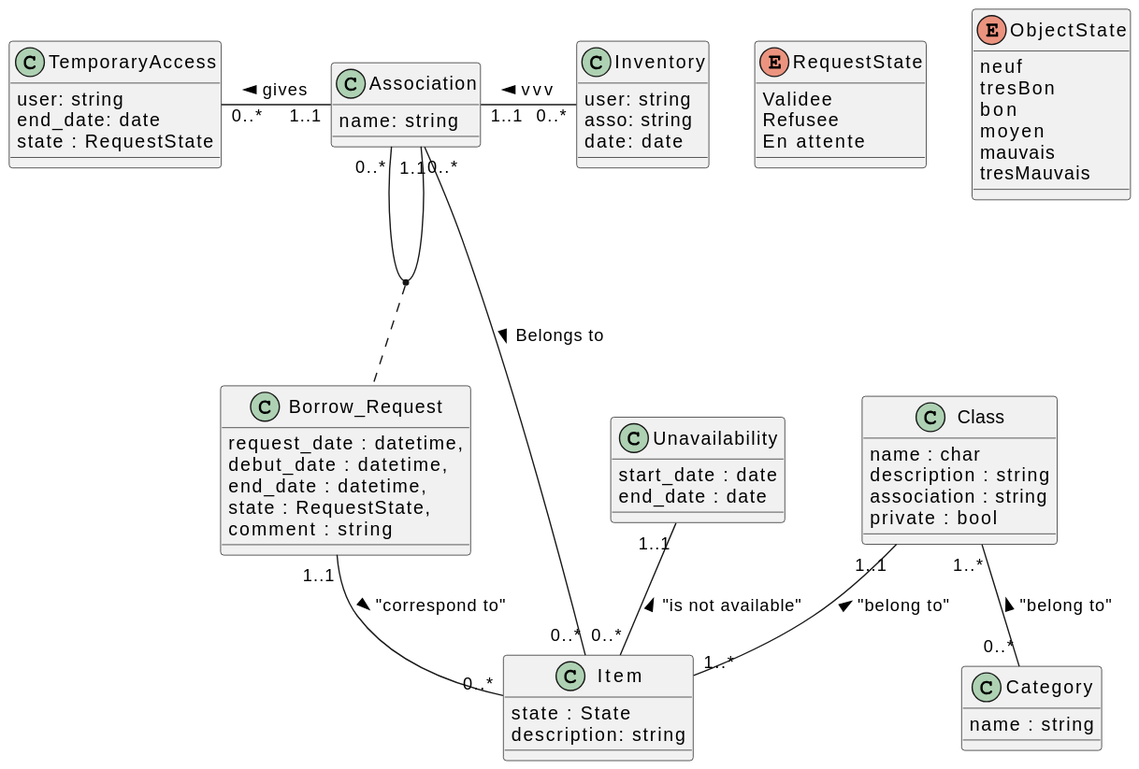
This is Conception/UML_V4.svg from myrtmyrt/Bobby, a PlantUML export, as it was before one commit.
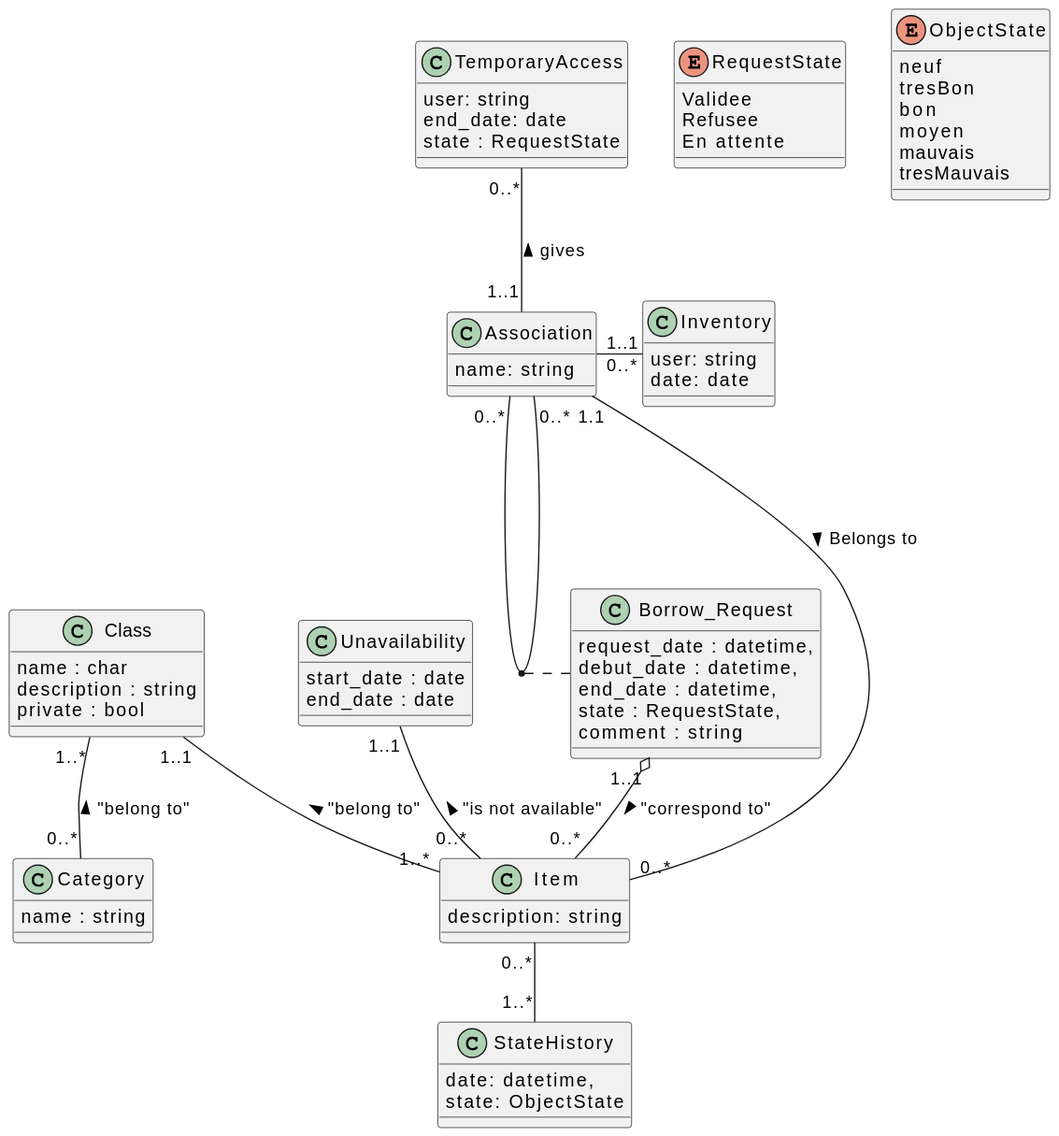
Later version of the same file.

Diff of the diagram source:
```diff
@@ -14,6 +14,11 @@
     tresMauvais
 }
 
+class StateHistory{
+    date: datetime,
+    state: ObjectState
+}
+
 class TemporaryAccess{
     user: string
     end_date: date
@@ -21,14 +26,12 @@
 }
 
 class Item{
-    state : State
     description: string
 }
 
 class Class{
     name : char
     description : string
-    association : string
     private : bool
 }
 
@@ -51,7 +54,6 @@
 
 class Inventory{
     user: string
-    asso: string
     date: date
 }
 
@@ -60,12 +62,14 @@
 }
 
 Class  "1..1" --  "1..*" Item : "belong to" <
-Borrow_Request "1..1" -- "0..*" Item : "correspond to" >
+Borrow_Request "1..1" o-- "0..*" Item : "correspond to" >
 Class "1..*" -- "0..*" Category : "belong to" <
 Unavailability "1..1" -- "0..*" Item : "is not available" <
-TemporaryAccess "0..*" - "1..1" Association : gives <
-Association "1..1" - "0..*" Inventory : vvv <
+TemporaryAccess "0..*" -- "1..1" Association : gives <
+Association "1..1" - "0..*" Inventory
 Association "1.1" -- "0..*" Item :  Belongs to >
-Association "0..*" -- "0..*" Association
+Association "0..*" --- "0..*" Association
 (Association, Association) . Borrow_Request
+
+Item "0..*" -- "1..*" StateHistory
 @enduml
```
